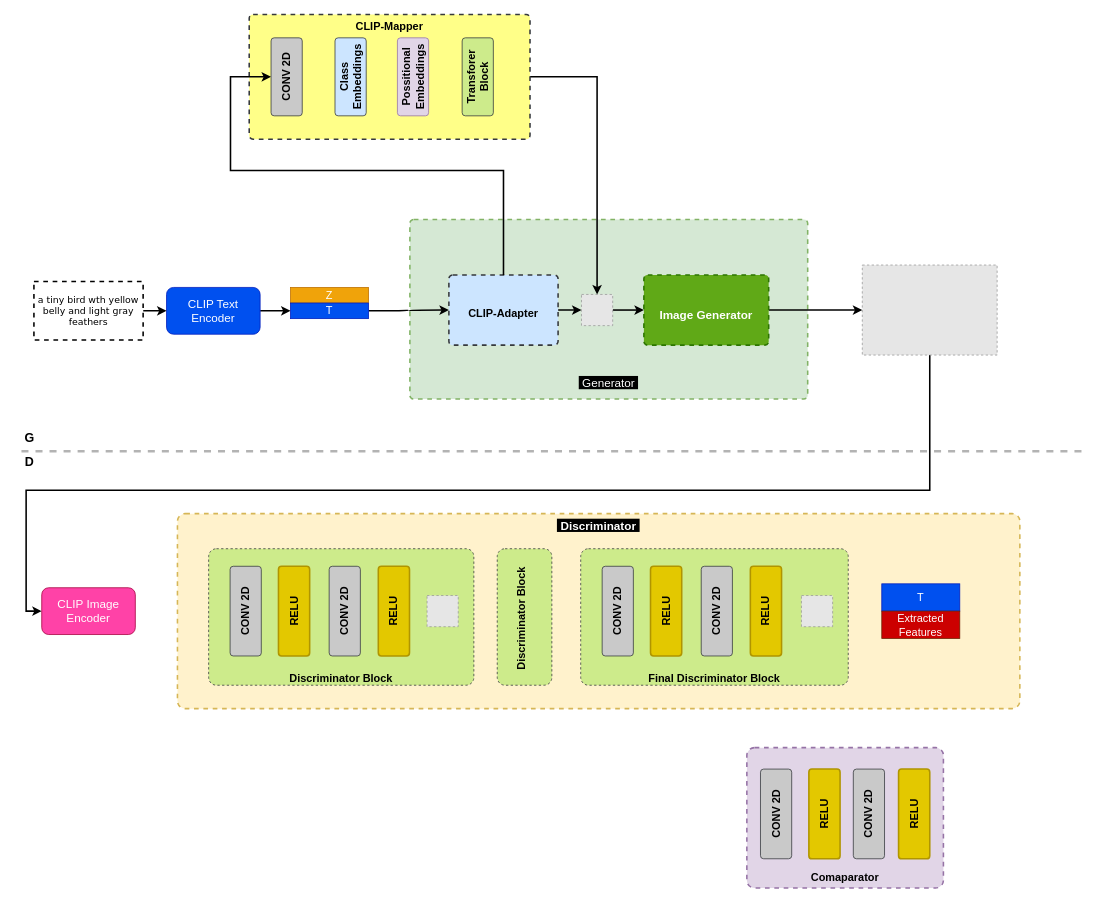
VinayHajare/EfficientCLIP-GAN keeps this draw.io diagram as code/model/EfficientCLIP-GAN.drawio. Above is the earlier version. Source tidied: cells renumbered, new cells numbered last; positions are measured from the earlier drawing's top-left corner, leaving out a move shared by most shapes. Both pictures are drawn from the tidied source at 78%, with x=0, y=0 at pixel (13, 14). Pictures stored in the file or linked from it are replaced by grey dashed boxes.
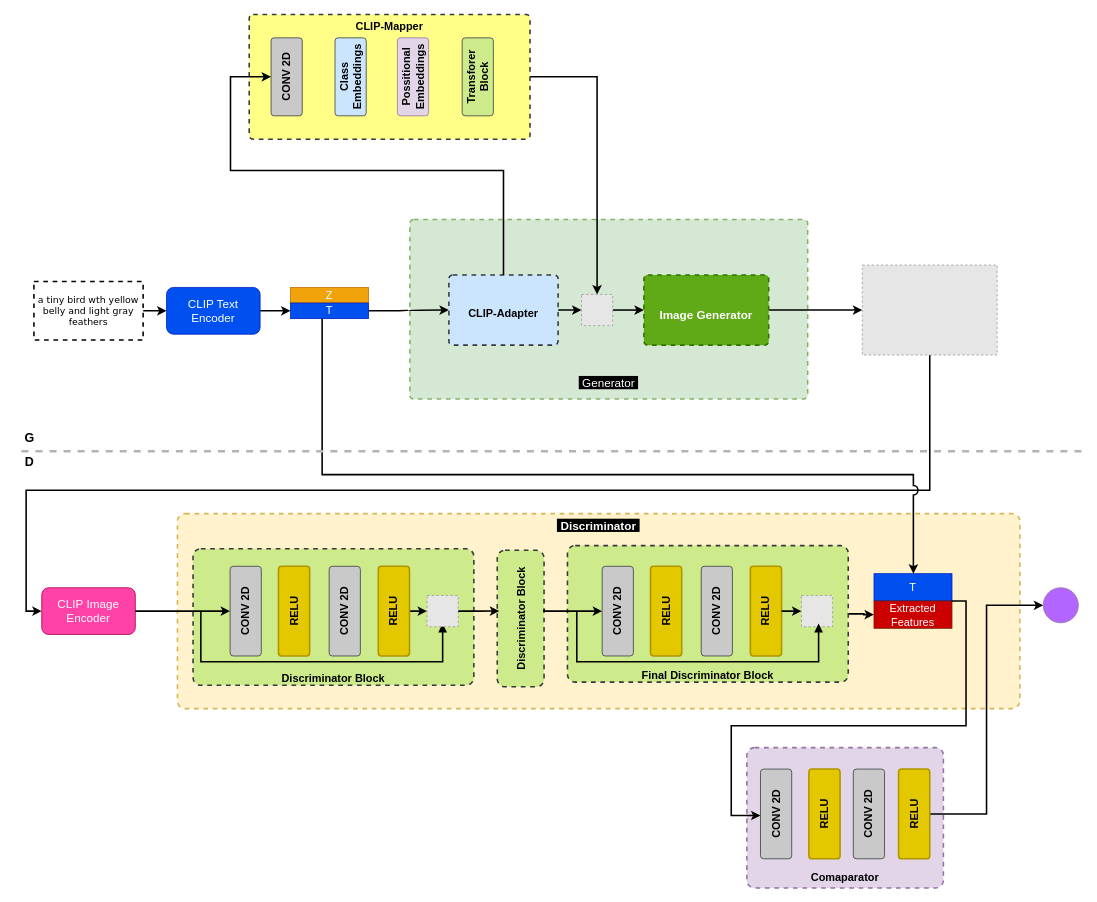
Above is the later version.

Unchanged cells that the change refers to:
```xml
<mxCell id="28" value="&lt;font style=&quot;font-size: 15px;&quot; color=&quot;#ffffff&quot;&gt;CLIP Image Encoder&lt;/font&gt;" style="rounded=1;whiteSpace=wrap;html=1;fillColor=#ff42a7;strokeColor=#A50040;fontColor=#ffffff;" parent="1" vertex="1">
  <mxGeometry x="36" y="735" width="120" height="60" as="geometry" />
</mxCell>
<mxCell id="31" value="&lt;h4 style=&quot;&quot;&gt;&lt;font face=&quot;Helvetica&quot; style=&quot;font-size: 14px;&quot;&gt;CONV 2D&lt;/font&gt;&lt;/h4&gt;" style="rounded=1;arcSize=10;whiteSpace=wrap;html=1;align=center;rotation=-90;fillColor=#C9C9C9;strokeColor=#36393d;" parent="1" vertex="1">
  <mxGeometry x="240" y="745" width="115" height="40" as="geometry" />
</mxCell>
<mxCell id="34" value="&lt;h4 style=&quot;&quot;&gt;&lt;span style=&quot;font-size: 14px;&quot;&gt;RELU&lt;/span&gt;&lt;/h4&gt;" style="rounded=1;arcSize=10;whiteSpace=wrap;html=1;align=center;rotation=-90;fillColor=#e3c800;strokeColor=#B09500;fontColor=#000000;strokeWidth=2;" parent="1" vertex="1">
  <mxGeometry x="430" y="745" width="115" height="40" as="geometry" />
</mxCell>
<mxCell id="35" style="fillColor=#E6E6E6;strokeColor=#999999;dashed=1;html=1;verticalAlign=top;verticalLabelPosition=bottom;labelBackgroundColor=#ffffff;fontSize=14;fontColor=#FF3333;" parent="1" vertex="1">
  <mxGeometry x="530" y="745" width="40" height="40" as="geometry" />
</mxCell>
<mxCell id="38" value="&lt;h4 style=&quot;&quot;&gt;&lt;font face=&quot;Helvetica&quot; style=&quot;font-size: 14px;&quot;&gt;CONV 2D&lt;/font&gt;&lt;/h4&gt;" style="rounded=1;arcSize=10;whiteSpace=wrap;html=1;align=center;rotation=-90;fillColor=#C9C9C9;strokeColor=#36393d;" parent="1" vertex="1">
  <mxGeometry x="717" y="745" width="115" height="40" as="geometry" />
</mxCell>
<mxCell id="41" value="&lt;h4 style=&quot;&quot;&gt;&lt;span style=&quot;font-size: 14px;&quot;&gt;RELU&lt;/span&gt;&lt;/h4&gt;" style="rounded=1;arcSize=10;whiteSpace=wrap;html=1;align=center;rotation=-90;fillColor=#e3c800;strokeColor=#B09500;fontColor=#000000;strokeWidth=2;" parent="1" vertex="1">
  <mxGeometry x="907" y="745" width="115" height="40" as="geometry" />
</mxCell>
<mxCell id="42" style="fillColor=#E6E6E6;strokeColor=#999999;dashed=1;html=1;verticalAlign=top;verticalLabelPosition=bottom;labelBackgroundColor=#ffffff;fontSize=14;fontColor=#FF3333;" parent="1" vertex="1">
  <mxGeometry x="1010" y="745" width="40" height="40" as="geometry" />
</mxCell>
<mxCell id="49" value="&lt;h4 style=&quot;&quot;&gt;&lt;span style=&quot;font-size: 14px;&quot;&gt;RELU&lt;/span&gt;&lt;/h4&gt;" style="rounded=1;arcSize=10;whiteSpace=wrap;html=1;align=center;rotation=-90;fillColor=#e3c800;strokeColor=#B09500;fontColor=#000000;strokeWidth=2;" parent="1" vertex="1">
  <mxGeometry x="1097" y="1005" width="115" height="40" as="geometry" />
</mxCell>
```

Diff of the diagram source:
```diff
@@
+    <mxCell id="29" value="&lt;font color=&quot;#ffffff&quot; style=&quot;font-size: 15px;&quot;&gt;&lt;b style=&quot;background-color: rgb(0, 0, 0);&quot;&gt;&amp;nbsp;Discriminator&amp;nbsp;&lt;/b&gt;&lt;/font&gt;" style="html=1;align=center;verticalAlign=top;rounded=1;absoluteArcSize=1;arcSize=20;dashed=1;whiteSpace=wrap;fillColor=#fff2cc;strokeColor=#d6b656;strokeWidth=2;" parent="1" vertex="1">
+      <mxGeometry x="210" y="640" width="1080" height="250" as="geometry" />
+    </mxCell>
@@
+    <mxCell id="51" style="edgeStyle=orthogonalEdgeStyle;rounded=0;orthogonalLoop=1;jettySize=auto;html=1;strokeWidth=2;strokeColor=#000000;jumpStyle=arc;jumpSize=10;" parent="1" edge="1">
+      <mxGeometry relative="1" as="geometry">
+        <mxPoint x="395.5" y="390" as="sourcePoint" />
+        <mxPoint x="1153.5" y="717" as="targetPoint" />
+        <Array as="points">
+          <mxPoint x="395.5" y="590" />
+          <mxPoint x="1153.5" y="590" />
+        </Array>
+      </mxGeometry>
+    </mxCell>
@@
-    <mxCell id="29" value="&lt;font color=&quot;#ffffff&quot; style=&quot;font-size: 15px;&quot;&gt;&lt;b style=&quot;background-color: rgb(0, 0, 0);&quot;&gt;&amp;nbsp;Discriminator&amp;nbsp;&lt;/b&gt;&lt;/font&gt;" style="html=1;align=center;verticalAlign=top;rounded=1;absoluteArcSize=1;arcSize=20;dashed=1;whiteSpace=wrap;fillColor=#fff2cc;strokeColor=#d6b656;strokeWidth=2;" parent="1" vertex="1">
-      <mxGeometry x="210" y="640" width="1080" height="250" as="geometry" />
-    </mxCell>
-    <mxCell id="30" value="&lt;div style=&quot;font-size: 14px;&quot;&gt;&lt;span style=&quot;font-weight: 700; text-wrap: nowrap;&quot;&gt;&lt;font style=&quot;font-size: 14px;&quot;&gt;&lt;br&gt;&lt;/font&gt;&lt;/span&gt;&lt;/div&gt;&lt;div style=&quot;font-size: 14px;&quot;&gt;&lt;span style=&quot;font-weight: 700; text-wrap: nowrap;&quot;&gt;&lt;font style=&quot;font-size: 14px;&quot;&gt;&lt;br&gt;&lt;/font&gt;&lt;/span&gt;&lt;/div&gt;&lt;span style=&quot;font-weight: 700; text-wrap: nowrap; font-size: 14px;&quot;&gt;&lt;font style=&quot;font-size: 14px;&quot;&gt;&lt;div style=&quot;&quot;&gt;&lt;span style=&quot;font-weight: 700; text-wrap: nowrap;&quot;&gt;&lt;br&gt;&lt;/span&gt;&lt;/div&gt;&lt;div style=&quot;&quot;&gt;&lt;span style=&quot;font-weight: 700; text-wrap: nowrap;&quot;&gt;&lt;br&gt;&lt;/span&gt;&lt;/div&gt;&lt;div style=&quot;&quot;&gt;&lt;span style=&quot;font-weight: 700; text-wrap: nowrap;&quot;&gt;&lt;br&gt;&lt;/span&gt;&lt;/div&gt;&lt;div style=&quot;&quot;&gt;&lt;span style=&quot;font-weight: 700; text-wrap: nowrap;&quot;&gt;&lt;br&gt;&lt;/span&gt;&lt;/div&gt;&lt;div style=&quot;&quot;&gt;&lt;span style=&quot;font-weight: 700; text-wrap: nowrap;&quot;&gt;&lt;br&gt;&lt;/span&gt;&lt;/div&gt;&lt;div style=&quot;&quot;&gt;&lt;span style=&quot;font-weight: 700; text-wrap: nowrap;&quot;&gt;&lt;br&gt;&lt;/span&gt;&lt;/div&gt;&lt;div style=&quot;&quot;&gt;&lt;span style=&quot;font-weight: 700; text-wrap: nowrap;&quot;&gt;&lt;br&gt;&lt;/span&gt;&lt;/div&gt;Discriminator Block&lt;/font&gt;&lt;/span&gt;" style="html=1;align=center;verticalAlign=top;rounded=1;absoluteArcSize=1;arcSize=20;dashed=1;whiteSpace=wrap;fillColor=#cdeb8b;strokeColor=#36393d;" parent="1" vertex="1">
-      <mxGeometry x="250" y="685" width="340" height="175" as="geometry" />
+    <mxCell id="30" value="&lt;div style=&quot;font-size: 14px;&quot;&gt;&lt;span style=&quot;font-weight: 700; text-wrap: nowrap;&quot;&gt;&lt;font style=&quot;font-size: 14px;&quot;&gt;&lt;br&gt;&lt;/font&gt;&lt;/span&gt;&lt;/div&gt;&lt;div style=&quot;font-size: 14px;&quot;&gt;&lt;span style=&quot;font-weight: 700; text-wrap: nowrap;&quot;&gt;&lt;font style=&quot;font-size: 14px;&quot;&gt;&lt;br&gt;&lt;/font&gt;&lt;/span&gt;&lt;/div&gt;&lt;span style=&quot;font-weight: 700; text-wrap: nowrap; font-size: 14px;&quot;&gt;&lt;font style=&quot;font-size: 14px;&quot;&gt;&lt;div style=&quot;&quot;&gt;&lt;span style=&quot;font-weight: 700; text-wrap: nowrap;&quot;&gt;&lt;br&gt;&lt;/span&gt;&lt;/div&gt;&lt;div style=&quot;&quot;&gt;&lt;span style=&quot;font-weight: 700; text-wrap: nowrap;&quot;&gt;&lt;br&gt;&lt;/span&gt;&lt;/div&gt;&lt;div style=&quot;&quot;&gt;&lt;span style=&quot;font-weight: 700; text-wrap: nowrap;&quot;&gt;&lt;br&gt;&lt;/span&gt;&lt;/div&gt;&lt;div style=&quot;&quot;&gt;&lt;span style=&quot;font-weight: 700; text-wrap: nowrap;&quot;&gt;&lt;br&gt;&lt;/span&gt;&lt;/div&gt;&lt;div style=&quot;&quot;&gt;&lt;span style=&quot;font-weight: 700; text-wrap: nowrap;&quot;&gt;&lt;br&gt;&lt;/span&gt;&lt;/div&gt;&lt;div style=&quot;&quot;&gt;&lt;span style=&quot;font-weight: 700; text-wrap: nowrap;&quot;&gt;&lt;br&gt;&lt;/span&gt;&lt;/div&gt;&lt;div style=&quot;&quot;&gt;&lt;span style=&quot;font-weight: 700; text-wrap: nowrap;&quot;&gt;&lt;br&gt;&lt;/span&gt;&lt;/div&gt;Discriminator Block&lt;/font&gt;&lt;/span&gt;" style="html=1;align=center;verticalAlign=top;rounded=1;absoluteArcSize=1;arcSize=20;dashed=1;whiteSpace=wrap;fillColor=#cdeb8b;strokeColor=#36393d;strokeWidth=2;" parent="1" vertex="1">
+      <mxGeometry x="230" y="685" width="360" height="175" as="geometry" />
     </mxCell>
+    <mxCell id="52" style="edgeStyle=orthogonalEdgeStyle;rounded=0;jettySize=auto;html=1;strokeWidth=2;" parent="1" edge="1" source="28" target="31">
+      <mxGeometry relative="1" as="geometry">
+        <Array as="points">
+          <mxPoint x="250" y="765" />
+          <mxPoint x="250" y="765" />
+        </Array>
+      </mxGeometry>
+    </mxCell>
@@
+    <mxCell id="53" style="edgeStyle=orthogonalEdgeStyle;rounded=0;jettySize=auto;html=1;exitX=0.5;exitY=1;exitDx=0;exitDy=0;strokeWidth=2;" parent="1" edge="1" source="34" target="35">
+      <mxGeometry relative="1" as="geometry" />
+    </mxCell>
@@
+    <mxCell id="54" style="edgeStyle=elbowEdgeStyle;rounded=0;orthogonalLoop=1;jettySize=auto;html=1;strokeColor=default;elbow=vertical;strokeWidth=2;endArrow=block;endFill=1;entryX=0.5;entryY=1;entryDx=0;entryDy=0;" parent="1" edge="1">
+      <mxGeometry relative="1" as="geometry">
+        <mxPoint x="240" y="766" as="sourcePoint" />
+        <mxPoint x="550" y="781" as="targetPoint" />
+        <Array as="points">
+          <mxPoint x="390" y="830" />
+        </Array>
+      </mxGeometry>
+    </mxCell>
@@
-    <mxCell id="36" style="html=1;align=center;verticalAlign=top;rounded=1;absoluteArcSize=1;arcSize=20;dashed=1;whiteSpace=wrap;fillColor=#cdeb8b;strokeColor=#36393d;" parent="1" vertex="1">
-      <mxGeometry x="620" y="685" width="70" height="175" as="geometry" />
+    <mxCell id="36" style="html=1;align=center;verticalAlign=top;rounded=1;absoluteArcSize=1;arcSize=20;dashed=1;whiteSpace=wrap;fillColor=#cdeb8b;strokeColor=#36393d;strokeWidth=2;" parent="1" vertex="1">
+      <mxGeometry x="620" y="687" width="60" height="175" as="geometry" />
     </mxCell>
+    <mxCell id="55" style="edgeStyle=orthogonalEdgeStyle;rounded=0;jettySize=auto;html=1;entryX=0;entryY=0.5;entryDx=0;entryDy=0;strokeWidth=2;" parent="1" edge="1" source="37" target="44">
+      <mxGeometry relative="1" as="geometry" />
+    </mxCell>
-    <mxCell id="37" value="&lt;div style=&quot;font-size: 14px;&quot;&gt;&lt;span style=&quot;font-weight: 700; text-wrap: nowrap;&quot;&gt;&lt;font style=&quot;font-size: 14px;&quot;&gt;&lt;br&gt;&lt;/font&gt;&lt;/span&gt;&lt;/div&gt;&lt;div style=&quot;font-size: 14px;&quot;&gt;&lt;span style=&quot;font-weight: 700; text-wrap: nowrap;&quot;&gt;&lt;font style=&quot;font-size: 14px;&quot;&gt;&lt;br&gt;&lt;/font&gt;&lt;/span&gt;&lt;/div&gt;&lt;span style=&quot;font-weight: 700; text-wrap: nowrap; font-size: 14px;&quot;&gt;&lt;font style=&quot;font-size: 14px;&quot;&gt;&lt;div style=&quot;&quot;&gt;&lt;span style=&quot;font-weight: 700; text-wrap: nowrap;&quot;&gt;&lt;br&gt;&lt;/span&gt;&lt;/div&gt;&lt;div style=&quot;&quot;&gt;&lt;span style=&quot;font-weight: 700; text-wrap: nowrap;&quot;&gt;&lt;br&gt;&lt;/span&gt;&lt;/div&gt;&lt;div style=&quot;&quot;&gt;&lt;span style=&quot;font-weight: 700; text-wrap: nowrap;&quot;&gt;&lt;br&gt;&lt;/span&gt;&lt;/div&gt;&lt;div style=&quot;&quot;&gt;&lt;span style=&quot;font-weight: 700; text-wrap: nowrap;&quot;&gt;&lt;br&gt;&lt;/span&gt;&lt;/div&gt;&lt;div style=&quot;&quot;&gt;&lt;span style=&quot;font-weight: 700; text-wrap: nowrap;&quot;&gt;&lt;br&gt;&lt;/span&gt;&lt;/div&gt;&lt;div style=&quot;&quot;&gt;&lt;span style=&quot;font-weight: 700; text-wrap: nowrap;&quot;&gt;&lt;br&gt;&lt;/span&gt;&lt;/div&gt;&lt;div style=&quot;&quot;&gt;&lt;span style=&quot;font-weight: 700; text-wrap: nowrap;&quot;&gt;&lt;br&gt;&lt;/span&gt;&lt;/div&gt;Final Discriminator Block&lt;/font&gt;&lt;/span&gt;" style="html=1;align=center;verticalAlign=top;rounded=1;absoluteArcSize=1;arcSize=20;dashed=1;whiteSpace=wrap;fillColor=#cdeb8b;strokeColor=#36393d;" parent="1" vertex="1">
-      <mxGeometry x="727" y="685" width="343" height="175" as="geometry" />
+    <mxCell id="37" value="&lt;div style=&quot;font-size: 14px;&quot;&gt;&lt;span style=&quot;font-weight: 700; text-wrap: nowrap;&quot;&gt;&lt;font style=&quot;font-size: 14px;&quot;&gt;&lt;br&gt;&lt;/font&gt;&lt;/span&gt;&lt;/div&gt;&lt;div style=&quot;font-size: 14px;&quot;&gt;&lt;span style=&quot;font-weight: 700; text-wrap: nowrap;&quot;&gt;&lt;font style=&quot;font-size: 14px;&quot;&gt;&lt;br&gt;&lt;/font&gt;&lt;/span&gt;&lt;/div&gt;&lt;span style=&quot;font-weight: 700; text-wrap: nowrap; font-size: 14px;&quot;&gt;&lt;font style=&quot;font-size: 14px;&quot;&gt;&lt;div style=&quot;&quot;&gt;&lt;span style=&quot;font-weight: 700; text-wrap: nowrap;&quot;&gt;&lt;br&gt;&lt;/span&gt;&lt;/div&gt;&lt;div style=&quot;&quot;&gt;&lt;span style=&quot;font-weight: 700; text-wrap: nowrap;&quot;&gt;&lt;br&gt;&lt;/span&gt;&lt;/div&gt;&lt;div style=&quot;&quot;&gt;&lt;span style=&quot;font-weight: 700; text-wrap: nowrap;&quot;&gt;&lt;br&gt;&lt;/span&gt;&lt;/div&gt;&lt;div style=&quot;&quot;&gt;&lt;span style=&quot;font-weight: 700; text-wrap: nowrap;&quot;&gt;&lt;br&gt;&lt;/span&gt;&lt;/div&gt;&lt;div style=&quot;&quot;&gt;&lt;span style=&quot;font-weight: 700; text-wrap: nowrap;&quot;&gt;&lt;br&gt;&lt;/span&gt;&lt;/div&gt;&lt;div style=&quot;&quot;&gt;&lt;span style=&quot;font-weight: 700; text-wrap: nowrap;&quot;&gt;&lt;br&gt;&lt;/span&gt;&lt;/div&gt;&lt;div style=&quot;&quot;&gt;&lt;span style=&quot;font-weight: 700; text-wrap: nowrap;&quot;&gt;&lt;br&gt;&lt;/span&gt;&lt;/div&gt;Final Discriminator Block&lt;/font&gt;&lt;/span&gt;" style="html=1;align=center;verticalAlign=top;rounded=1;absoluteArcSize=1;arcSize=20;dashed=1;whiteSpace=wrap;fillColor=#cdeb8b;strokeColor=#36393d;strokeWidth=2;" parent="1" vertex="1">
+      <mxGeometry x="710" y="681" width="360" height="175" as="geometry" />
     </mxCell>
@@
+    <mxCell id="56" style="edgeStyle=orthogonalEdgeStyle;rounded=0;jettySize=auto;html=1;strokeWidth=2;" parent="1" edge="1" source="41" target="42">
+      <mxGeometry relative="1" as="geometry" />
+    </mxCell>
@@
     <mxCell id="43" value="&lt;p style=&quot;line-height: 120%;&quot;&gt;&lt;span style=&quot;font-size: 14px;&quot;&gt;T&lt;/span&gt;&lt;/p&gt;" style="html=1;dashed=0;whiteSpace=wrap;fillColor=#0050ef;fontColor=#ffffff;strokeColor=#001DBC;" parent="1" vertex="1">
-      <mxGeometry x="1113" y="730" width="100" height="35" as="geometry" />
+      <mxGeometry x="1103" y="717" width="100" height="35" as="geometry" />
     </mxCell>
     <mxCell id="44" value="&lt;span style=&quot;font-size: 14px;&quot;&gt;Extracted Features&lt;/span&gt;" style="html=1;dashed=0;whiteSpace=wrap;fillColor=#CC0000;fontColor=#ffffff;strokeColor=#6D1F00;" parent="1" vertex="1">
-      <mxGeometry x="1113" y="765" width="100" height="35" as="geometry" />
+      <mxGeometry x="1103" y="752" width="100" height="35" as="geometry" />
     </mxCell>
@@
+    <mxCell id="57" style="edgeStyle=orthogonalEdgeStyle;rounded=0;jettySize=auto;html=1;exitX=1.003;exitY=1.03;exitDx=0;exitDy=0;entryX=0.5;entryY=0;entryDx=0;entryDy=0;strokeWidth=2;exitPerimeter=0;" parent="1" edge="1" source="43">
+      <mxGeometry relative="1" as="geometry">
+        <mxPoint x="957.5" y="1027" as="targetPoint" />
+        <Array as="points">
+          <mxPoint x="1203" y="752" />
+          <mxPoint x="1221" y="752" />
+          <mxPoint x="1221" y="912" />
+          <mxPoint x="920" y="912" />
+          <mxPoint x="920" y="1027" />
+        </Array>
+      </mxGeometry>
+    </mxCell>
@@
+    <mxCell id="58" style="edgeStyle=orthogonalEdgeStyle;rounded=0;jettySize=auto;html=1;exitX=0.5;exitY=1;exitDx=0;exitDy=0;entryX=0;entryY=0.5;entryDx=0;entryDy=0;strokeWidth=2;" parent="1" edge="1" source="49" target="60">
+      <mxGeometry relative="1" as="geometry" />
+    </mxCell>
@@
+    <mxCell id="59" style="edgeStyle=orthogonalEdgeStyle;rounded=0;jettySize=auto;html=1;jumpSize=7;strokeWidth=2;exitX=1.021;exitY=0.438;exitDx=0;exitDy=0;exitPerimeter=0;" parent="1" edge="1" source="36" target="38">
+      <mxGeometry relative="1" as="geometry">
+        <Array as="points">
+          <mxPoint x="680" y="764" />
+          <mxPoint x="680" y="765" />
+        </Array>
+      </mxGeometry>
+    </mxCell>
@@
+    <mxCell id="60" style="ellipse;whiteSpace=wrap;html=1;fillColor=#B266FF;strokeColor=#9673a6;" parent="1" vertex="1">
+      <mxGeometry x="1320" y="735" width="45" height="45" as="geometry" />
+    </mxCell>
+    <mxCell id="61" style="edgeStyle=orthogonalEdgeStyle;rounded=0;jettySize=auto;html=1;exitX=1;exitY=0.5;exitDx=0;exitDy=0;entryX=0.043;entryY=0.445;entryDx=0;entryDy=0;entryPerimeter=0;strokeWidth=2;" parent="1" edge="1" source="35" target="36">
+      <mxGeometry relative="1" as="geometry" />
+    </mxCell>
+    <mxCell id="62" style="edgeStyle=elbowEdgeStyle;rounded=0;orthogonalLoop=1;jettySize=auto;html=1;strokeColor=default;elbow=vertical;strokeWidth=2;endArrow=block;endFill=1;entryX=0.5;entryY=1;entryDx=0;entryDy=0;" parent="1" edge="1">
+      <mxGeometry relative="1" as="geometry">
+        <mxPoint x="722" y="766" as="sourcePoint" />
+        <mxPoint x="1032" y="781" as="targetPoint" />
+        <Array as="points">
+          <mxPoint x="860" y="830" />
+        </Array>
+      </mxGeometry>
+    </mxCell>
```
